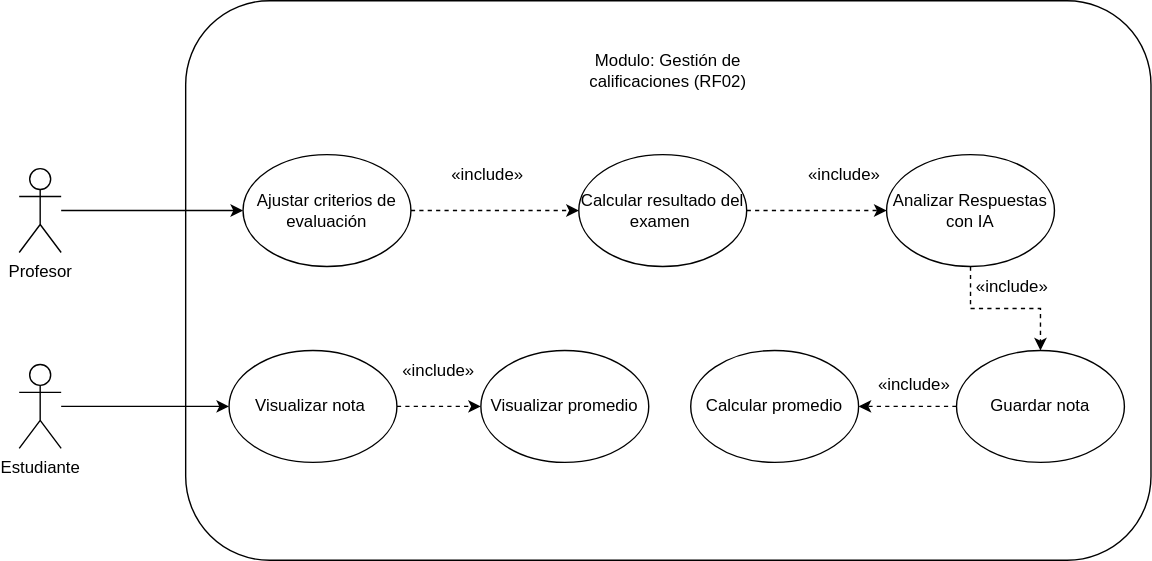
Before: docs/diagrams/usecases/UCD-gestionDeCalificaciones.svg, a diagram exported from draw.io (Juanb7737/calificia). Source tidied: cells renumbered, new cells last; positions are measured from the earlier drawing's top-left corner, leaving out a move shared by most shapes. Its diagram source:
```xml
<mxGraphModel>
  <root>
    <mxCell id="0" />
    <mxCell id="1" parent="0" />
    <mxCell id="2" style="rounded=1;whiteSpace=wrap;html=1;" parent="1" vertex="1">
      <mxGeometry x="119" width="690" height="400" as="geometry" />
    </mxCell>
    <mxCell id="3" style="edgeStyle=orthogonalEdgeStyle;rounded=0;jettySize=auto;html=1;exitX=1;exitY=0.5;exitDx=0;exitDy=0;dashed=1;" parent="1" edge="1" source="4" target="8">
      <mxGeometry relative="1" as="geometry" />
    </mxCell>
    <mxCell id="4" value="Ajustar criterios de evaluación" style="ellipse;whiteSpace=wrap;html=1;" parent="1" vertex="1">
      <mxGeometry x="160" y="110" width="120" height="80" as="geometry" />
    </mxCell>
    <mxCell id="5" style="edgeStyle=orthogonalEdgeStyle;rounded=0;jettySize=auto;html=1;entryX=0.5;entryY=0;entryDx=0;entryDy=0;dashed=1;" parent="1" edge="1" source="6" target="17">
      <mxGeometry relative="1" as="geometry" />
    </mxCell>
    <mxCell id="6" value="Analizar Respuestas con IA" style="ellipse;whiteSpace=wrap;html=1;" parent="1" vertex="1">
      <mxGeometry x="620" y="110" width="120" height="80" as="geometry" />
    </mxCell>
    <mxCell id="7" style="edgeStyle=orthogonalEdgeStyle;rounded=0;jettySize=auto;html=1;entryX=0;entryY=0.5;entryDx=0;entryDy=0;dashed=1;" parent="1" edge="1" source="8" target="6">
      <mxGeometry relative="1" as="geometry" />
    </mxCell>
    <mxCell id="8" value="Calcular resultado del examen&amp;nbsp;" style="ellipse;whiteSpace=wrap;html=1;" parent="1" vertex="1">
      <mxGeometry x="400" y="110" width="120" height="80" as="geometry" />
    </mxCell>
    <mxCell id="9" style="edgeStyle=orthogonalEdgeStyle;rounded=0;jettySize=auto;html=1;entryX=0;entryY=0.5;entryDx=0;entryDy=0;dashed=1;" parent="1" edge="1" source="10" target="23">
      <mxGeometry relative="1" as="geometry">
        <Array as="points">
          <mxPoint x="280" y="290" />
          <mxPoint x="280" y="290" />
        </Array>
      </mxGeometry>
    </mxCell>
    <mxCell id="10" value="Visualizar nota&amp;nbsp;" style="ellipse;whiteSpace=wrap;html=1;" parent="1" vertex="1">
      <mxGeometry x="150" y="250" width="120" height="80" as="geometry" />
    </mxCell>
    <mxCell id="11" style="edgeStyle=orthogonalEdgeStyle;rounded=0;jettySize=auto;html=1;entryX=0;entryY=0.5;entryDx=0;entryDy=0;" parent="1" edge="1" source="12" target="10">
      <mxGeometry relative="1" as="geometry">
        <Array as="points">
          <mxPoint x="90" y="290" />
          <mxPoint x="90" y="290" />
        </Array>
      </mxGeometry>
    </mxCell>
    <mxCell id="12" value="Estudiante" style="shape=umlActor;verticalLabelPosition=bottom;verticalAlign=top;html=1;outlineConnect=0;" parent="1" vertex="1">
      <mxGeometry y="260" width="30" height="60" as="geometry" />
    </mxCell>
    <mxCell id="13" value="Profesor" style="shape=umlActor;verticalLabelPosition=bottom;verticalAlign=top;html=1;outlineConnect=0;" parent="1" vertex="1">
      <mxGeometry y="120" width="30" height="60" as="geometry" />
    </mxCell>
    <mxCell id="14" style="edgeStyle=orthogonalEdgeStyle;rounded=0;jettySize=auto;html=1;entryX=0;entryY=0.5;entryDx=0;entryDy=0;" parent="1" edge="1" source="13" target="4">
      <mxGeometry relative="1" as="geometry" />
    </mxCell>
    <mxCell id="15" value="Modulo: Gestión de calificaciones (RF02)" style="text;html=1;align=center;verticalAlign=middle;whiteSpace=wrap;rounded=0;" parent="1" vertex="1">
      <mxGeometry x="379" y="20" width="170" height="60" as="geometry" />
    </mxCell>
    <mxCell id="16" style="edgeStyle=orthogonalEdgeStyle;rounded=0;jettySize=auto;html=1;entryX=1;entryY=0.5;entryDx=0;entryDy=0;dashed=1;" parent="1" edge="1" source="17" target="18">
      <mxGeometry relative="1" as="geometry" />
    </mxCell>
    <mxCell id="17" value="Guardar nota" style="ellipse;whiteSpace=wrap;html=1;" parent="1" vertex="1">
      <mxGeometry x="670" y="250" width="120" height="80" as="geometry" />
    </mxCell>
    <mxCell id="18" value="Calcular promedio" style="ellipse;whiteSpace=wrap;html=1;" parent="1" vertex="1">
      <mxGeometry x="480" y="250" width="120" height="80" as="geometry" />
    </mxCell>
    <mxCell id="19" value="«include»" style="text;html=1;align=center;verticalAlign=middle;whiteSpace=wrap;rounded=0;" parent="1" vertex="1">
      <mxGeometry x="680" y="190" width="60" height="30" as="geometry" />
    </mxCell>
    <mxCell id="20" value="«include»" style="text;html=1;align=center;verticalAlign=middle;whiteSpace=wrap;rounded=0;" parent="1" vertex="1">
      <mxGeometry x="610" y="260" width="60" height="30" as="geometry" />
    </mxCell>
    <mxCell id="21" value="«include»" style="text;html=1;align=center;verticalAlign=middle;whiteSpace=wrap;rounded=0;" parent="1" vertex="1">
      <mxGeometry x="560" y="110" width="60" height="30" as="geometry" />
    </mxCell>
    <mxCell id="22" value="«include»" style="text;html=1;align=center;verticalAlign=middle;whiteSpace=wrap;rounded=0;" parent="1" vertex="1">
      <mxGeometry x="305" y="110" width="60" height="30" as="geometry" />
    </mxCell>
    <mxCell id="23" value="Visualizar promedio" style="ellipse;whiteSpace=wrap;html=1;" parent="1" vertex="1">
      <mxGeometry x="330" y="250" width="120" height="80" as="geometry" />
    </mxCell>
    <mxCell id="24" value="«include»" style="text;html=1;align=center;verticalAlign=middle;whiteSpace=wrap;rounded=0;" parent="1" vertex="1">
      <mxGeometry x="270" y="250" width="60" height="30" as="geometry" />
    </mxCell>
  </root>
</mxGraphModel>
```
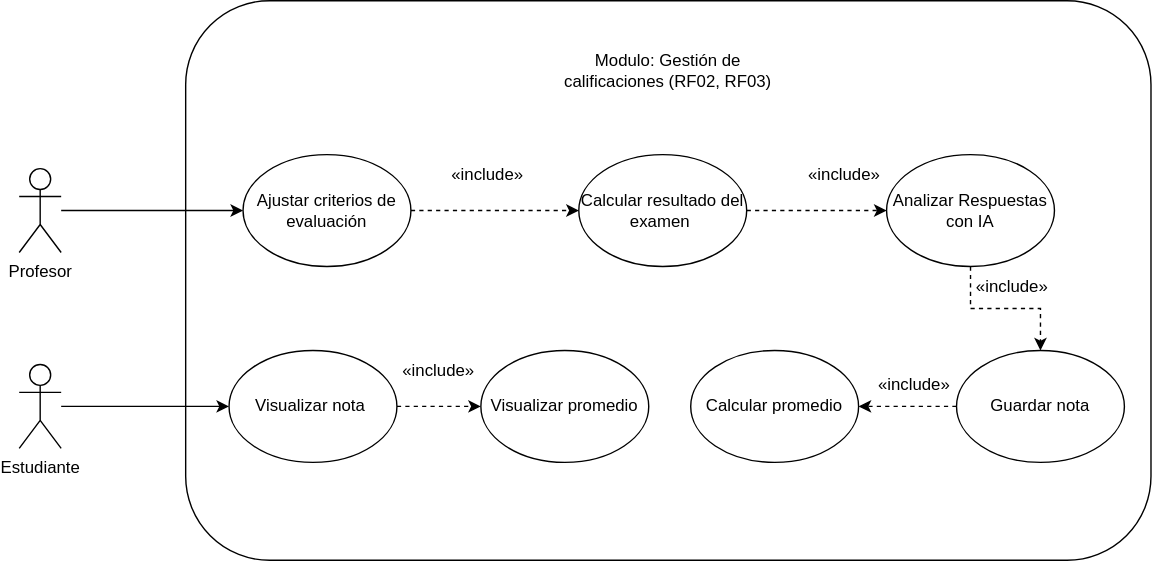
Later version of the same file.

The edit, as a diff of the source:
```diff
@@ -51,7 +51,7 @@
     <mxCell id="14" style="edgeStyle=orthogonalEdgeStyle;rounded=0;jettySize=auto;html=1;entryX=0;entryY=0.5;entryDx=0;entryDy=0;" parent="1" edge="1" source="13" target="4">
       <mxGeometry relative="1" as="geometry" />
     </mxCell>
-    <mxCell id="15" value="Modulo: Gestión de calificaciones (RF02)" style="text;html=1;align=center;verticalAlign=middle;whiteSpace=wrap;rounded=0;" parent="1" vertex="1">
+    <mxCell id="15" value="Modulo: Gestión de calificaciones (RF02, RF03)" style="text;html=1;align=center;verticalAlign=middle;whiteSpace=wrap;rounded=0;" parent="1" vertex="1">
       <mxGeometry x="379" y="20" width="170" height="60" as="geometry" />
     </mxCell>
     <mxCell id="16" style="edgeStyle=orthogonalEdgeStyle;rounded=0;jettySize=auto;html=1;entryX=1;entryY=0.5;entryDx=0;entryDy=0;dashed=1;" parent="1" edge="1" source="17" target="18">
```
